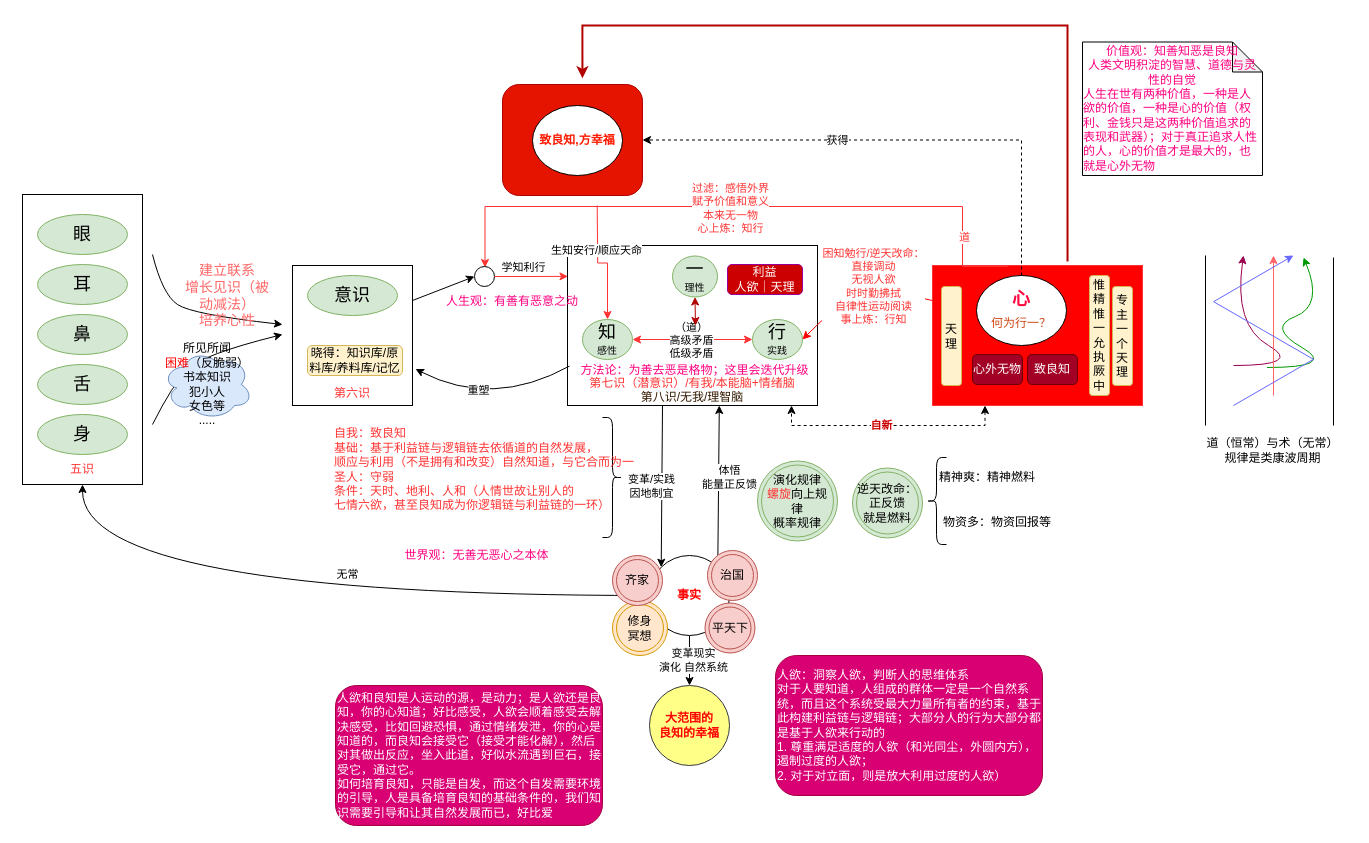
kason-huang/DrawIO keeps this draw.io diagram as page "存天理灭人欲" (3 of 3) of xinxue.drawio. Above is the earlier version. Source tidied: cells renumbered, new cells numbered last; positions are measured from the earlier drawing's top-left corner, leaving out a move shared by most shapes. Both pictures are drawn from the tidied source at 100%, with x=0, y=0 at pixel (17, 25).
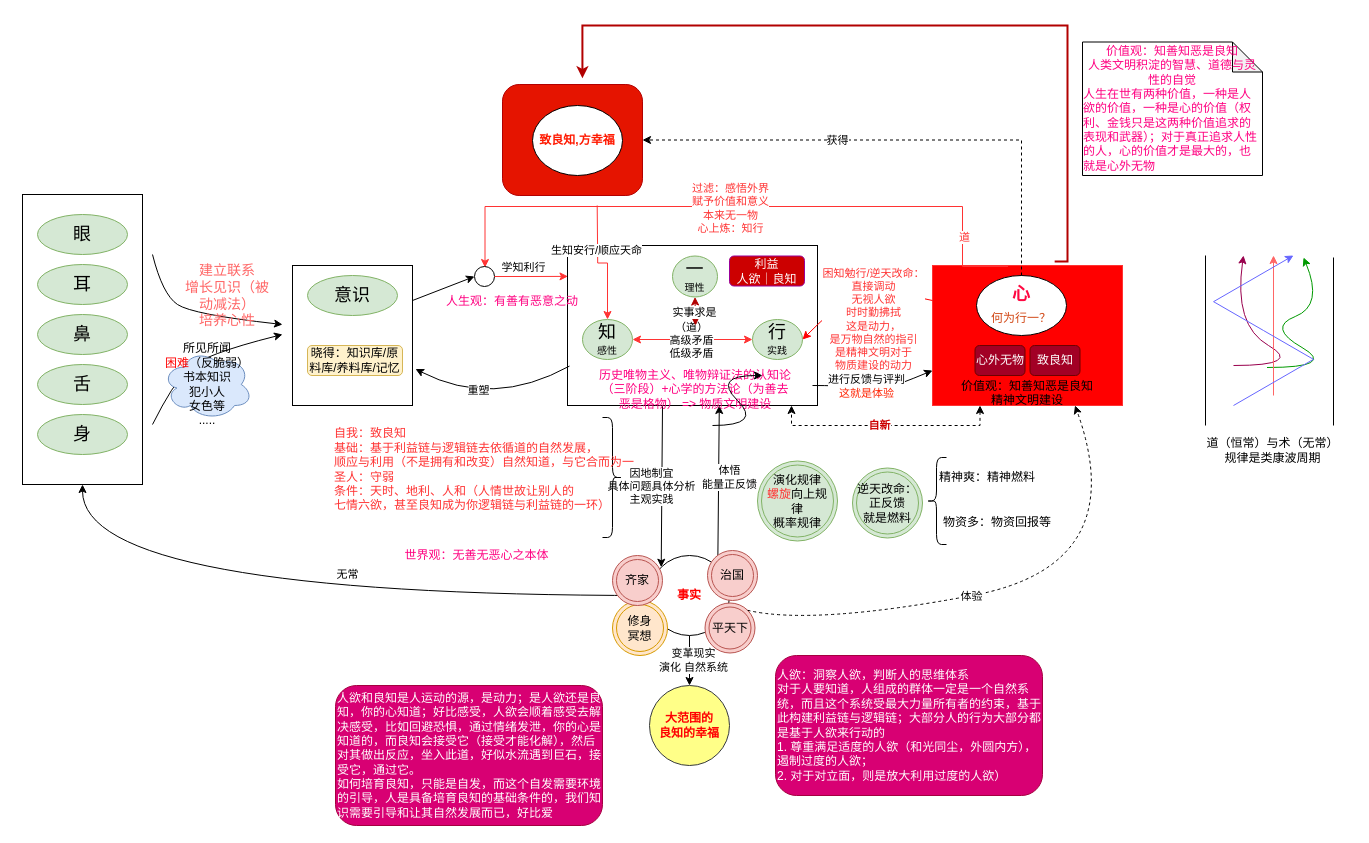
After the change.

Unchanged cells that the change refers to:
```xml
<mxCell id="13" style="rounded=0;jettySize=auto;html=1;entryX=0;entryY=0;entryDx=0;entryDy=0;" parent="1" edge="1" target="41">
  <mxGeometry relative="1" as="geometry">
    <mxPoint x="645" y="380" as="sourcePoint" />
  </mxGeometry>
</mxCell>
<mxCell id="31" style="curved=1;endArrow=classic;html=1;rounded=0;entryX=1;entryY=0.5;entryDx=0;entryDy=0;exitX=0;exitY=0.25;exitDx=0;exitDy=0;fillColor=#d80073;strokeColor=#FF0000;" parent="1" edge="1" source="25" target="21">
  <mxGeometry relative="1" as="geometry">
    <Array as="points">
      <mxPoint x="865" y="264" />
      <mxPoint x="835" y="264" />
    </Array>
  </mxGeometry>
</mxCell>
<mxCell id="49" value="平天下" style="ellipse;shape=doubleEllipse;whiteSpace=wrap;html=1;fillColor=#f8cecc;strokeColor=#b85450;" parent="1" vertex="1">
  <mxGeometry x="687.5" y="577.5" width="50" height="50" as="geometry" />
</mxCell>
<mxCell id="85" style="endArrow=classic;html=1;rounded=0;entryX=0.5;entryY=1;entryDx=0;entryDy=0;startArrow=classic;startFill=1;fillColor=#e51400;strokeColor=#B20000;" parent="1" edge="1" target="84">
  <mxGeometry relative="1" as="geometry">
    <mxPoint x="678" y="300" as="sourcePoint" />
  </mxGeometry>
</mxCell>
```

Change to the diagram source:
```diff
@@
-    <mxCell id="2" value="&lt;font color=&quot;#ff3333&quot;&gt;&lt;br&gt;&lt;br&gt;&lt;br&gt;&lt;br&gt;&lt;br&gt;&lt;br&gt;&lt;br&gt;&lt;br&gt;&lt;br&gt;&lt;br&gt;&lt;br&gt;&lt;br&gt;&lt;br&gt;&lt;br&gt;&lt;br&gt;&lt;br&gt;&lt;br&gt;&lt;br&gt;五识&lt;/font&gt;" style="rounded=0;whiteSpace=wrap;html=1;" parent="1" vertex="1">
+    <mxCell id="2" style="rounded=0;whiteSpace=wrap;html=1;" parent="1" vertex="1">
       <mxGeometry x="5" y="169" width="120" height="290" as="geometry" />
     </mxCell>
@@
-    <mxCell id="9" value="&lt;br&gt;&lt;br&gt;&lt;br&gt;&lt;br&gt;&lt;br&gt;&lt;br&gt;&lt;br&gt;&lt;br&gt;&lt;font color=&quot;#ff3333&quot;&gt;第六识&lt;/font&gt;" style="rounded=0;whiteSpace=wrap;html=1;" parent="1" vertex="1">
+    <mxCell id="9" style="rounded=0;whiteSpace=wrap;html=1;" parent="1" vertex="1">
       <mxGeometry x="275" y="240" width="120" height="140" as="geometry" />
     </mxCell>
@@
-    <mxCell id="14" value="变革/实践&lt;br&gt;因地制宜" style="edgeLabel;html=1;align=center;verticalAlign=middle;" parent="13" vertex="1">
+    <mxCell id="14" value="因地制宜&lt;div&gt;具体问题具体分析&lt;div&gt;主观实践&lt;br&gt;&lt;/div&gt;&lt;/div&gt;" style="edgeLabel;html=1;align=center;verticalAlign=middle;" parent="13" vertex="1">
       <mxGeometry x="0.35" relative="1" as="geometry">
         <mxPoint x="-11" y="-28" as="offset" />
       </mxGeometry>
     </mxCell>
-    <mxCell id="15" value="&lt;br&gt;&lt;br&gt;&lt;br&gt;&lt;br&gt;&lt;br&gt;&lt;br&gt;&lt;br&gt;&lt;br&gt;&lt;br&gt;&lt;font color=&quot;#ff3333&quot;&gt;第七识（潜意识）/有我/本能脑+情绪脑&lt;/font&gt;&lt;div&gt;&lt;span style=&quot;color: rgb(51, 26, 0);&quot;&gt;第八识/无我/理智脑&lt;/span&gt;&lt;font color=&quot;#ff3333&quot;&gt;&lt;/font&gt;&lt;/div&gt;" style="rounded=0;whiteSpace=wrap;html=1;" parent="1" vertex="1">
+    <mxCell id="15" style="rounded=0;whiteSpace=wrap;html=1;" parent="1" vertex="1">
       <mxGeometry x="550" y="220" width="250" height="160" as="geometry" />
     </mxCell>
@@
-    <mxCell id="25" style="rounded=0;whiteSpace=wrap;html=1;strokeColor=#FF3333;fillColor=#FF0000;" parent="1" vertex="1">
-      <mxGeometry x="915" y="240" width="210" height="140" as="geometry" />
+    <mxCell id="25" value="&lt;div&gt;&lt;br&gt;&lt;/div&gt;&lt;div&gt;&lt;br&gt;&lt;/div&gt;&lt;div&gt;&lt;br&gt;&lt;/div&gt;&lt;div&gt;&lt;br&gt;&lt;/div&gt;&lt;div&gt;&lt;br&gt;&lt;/div&gt;&lt;div&gt;&lt;br&gt;&lt;/div&gt;&lt;div&gt;&lt;br&gt;&lt;/div&gt;&lt;div&gt;&lt;br&gt;&lt;/div&gt;&lt;div&gt;价值观：知善知恶是良知&lt;br style=&quot;color: rgb(255, 0, 128);&quot;&gt;&lt;/div&gt;&lt;div&gt;精神文明建设&lt;/div&gt;" style="rounded=0;whiteSpace=wrap;html=1;strokeColor=#FF3333;fillColor=#FF0000;" parent="1" vertex="1">
+      <mxGeometry x="915" y="240" width="190" height="140" as="geometry" />
     </mxCell>
@@
     <mxCell id="30" value="&lt;font color=&quot;#ff0841&quot; style=&quot;font-size: 18px;&quot;&gt;&lt;b&gt;心&lt;/b&gt;&lt;/font&gt;&lt;div&gt;&lt;span style=&quot;color: rgb(209, 71, 21); text-align: left;&quot;&gt;何为行一？&lt;/span&gt;&lt;font color=&quot;#ff0841&quot; style=&quot;font-size: 18px;&quot;&gt;&lt;b&gt;&lt;/b&gt;&lt;/font&gt;&lt;/div&gt;" style="ellipse;whiteSpace=wrap;html=1;" parent="1" vertex="1">
-      <mxGeometry x="959" y="250" width="90" height="70" as="geometry" />
+      <mxGeometry x="959" y="250" width="90" height="60" as="geometry" />
     </mxCell>
@@
-    <mxCell id="32" value="&lt;font color=&quot;#ff3333&quot;&gt;困知勉行/逆天改命：&lt;br&gt;直接调动&lt;br&gt;无视人欲&lt;br&gt;时时勤拂拭&lt;br&gt;自律性运动阅读&lt;br&gt;事上炼：行知&lt;br&gt;&lt;/font&gt;" style="edgeLabel;html=1;align=center;verticalAlign=middle;" parent="31" vertex="1">
+    <mxCell id="32" value="&lt;font color=&quot;#ff3333&quot;&gt;困知勉行/逆天改命：&lt;br&gt;直接调动&lt;br&gt;无视人欲&lt;br&gt;时时勤拂拭&lt;br&gt;这是动力，&lt;/font&gt;&lt;div&gt;&lt;font color=&quot;#ff3333&quot;&gt;是万物自然的指引&lt;br&gt;&lt;/font&gt;&lt;div&gt;&lt;font color=&quot;#ff3333&quot;&gt;是精神文明对于&lt;/font&gt;&lt;/div&gt;&lt;div&gt;&lt;font color=&quot;#ff3333&quot;&gt;物质建设的动力&lt;/font&gt;&lt;/div&gt;&lt;/div&gt;" style="edgeLabel;html=1;align=center;verticalAlign=middle;" parent="31" vertex="1">
       <mxGeometry x="0.07" y="3" relative="1" as="geometry">
-        <mxPoint x="18" y="-5" as="offset" />
+        <mxPoint x="18" y="28" as="offset" />
       </mxGeometry>
     </mxCell>
     <mxCell id="33" value="心外无物" style="rounded=1;whiteSpace=wrap;html=1;fillColor=#a20025;strokeColor=#6F0000;fontColor=#ffffff;" parent="1" vertex="1">
-      <mxGeometry x="955" y="329" width="50" height="30" as="geometry" />
+      <mxGeometry x="957.5" y="320" width="50" height="30" as="geometry" />
     </mxCell>
     <mxCell id="34" value="致良知" style="rounded=1;whiteSpace=wrap;html=1;fillColor=#a20025;strokeColor=#6F0000;fontColor=#ffffff;" parent="1" vertex="1">
-      <mxGeometry x="1010" y="329" width="50" height="30" as="geometry" />
+      <mxGeometry x="1012.5" y="320" width="50" height="30" as="geometry" />
     </mxCell>
@@
-    <mxCell id="47" value="专主一个天理" style="rounded=1;whiteSpace=wrap;html=1;fillColor=#fff2cc;strokeColor=#d6b656;" parent="1" vertex="1">
-      <mxGeometry x="1095" y="261" width="20" height="99" as="geometry" />
-    </mxCell>
@@
-    <mxCell id="55" value="方法论：为善去恶是格物；这里会迭代升级" style="text;html=1;align=center;verticalAlign=middle;whiteSpace=wrap;rounded=0;fontColor=#FF0080;" parent="1" vertex="1">
-      <mxGeometry x="550" y="330" width="255" height="30" as="geometry" />
-    </mxCell>
@@
-    <mxCell id="59" value="天理" style="rounded=1;whiteSpace=wrap;html=1;fillColor=#fff2cc;strokeColor=#d6b656;" parent="1" vertex="1">
-      <mxGeometry x="924" y="261" width="20" height="99" as="geometry" />
-    </mxCell>
@@
-    <mxCell id="67" value="惟&lt;br&gt;精&lt;br&gt;惟&lt;br&gt;一&lt;br&gt;允&lt;br&gt;执&lt;br&gt;厥&lt;br&gt;中" style="rounded=1;whiteSpace=wrap;html=1;fillColor=#fff2cc;strokeColor=#d6b656;" parent="1" vertex="1">
-      <mxGeometry x="1072" y="250" width="20" height="120" as="geometry" />
-    </mxCell>
@@
-    <mxCell id="80" value="&lt;font color=&quot;#ffffff&quot;&gt;利益&lt;/font&gt;&lt;div&gt;&lt;font color=&quot;#ffffff&quot;&gt;人欲｜天理&lt;/font&gt;&lt;/div&gt;" style="rounded=1;whiteSpace=wrap;html=1;fillColor=#CC0000;strokeColor=#990099;" parent="1" vertex="1">
-      <mxGeometry x="710" y="239" width="75" height="30" as="geometry" />
+    <mxCell id="80" value="&lt;font color=&quot;#ffffff&quot;&gt;利益&lt;/font&gt;&lt;div&gt;&lt;font color=&quot;#ffffff&quot;&gt;人欲｜良知&lt;/font&gt;&lt;/div&gt;" style="rounded=1;whiteSpace=wrap;html=1;fillColor=#CC0000;strokeColor=#990099;" parent="1" vertex="1">
+      <mxGeometry x="712" y="230.5" width="75" height="30" as="geometry" />
     </mxCell>
@@
+    <mxCell id="86" value="实事求是" style="edgeLabel;html=1;align=center;verticalAlign=middle;" parent="85" vertex="1">
+      <mxGeometry x="-0.02" y="1" relative="1" as="geometry" />
+    </mxCell>
+    <mxCell id="87" value="历史唯物主义、唯物辩证法的认知论（三阶段）+心学的方法论（为善去恶是格物） =&amp;gt;&amp;nbsp;&lt;span style=&quot;background-color: initial;&quot;&gt;物质文明建设&lt;/span&gt;" style="text;html=1;align=center;verticalAlign=middle;whiteSpace=wrap;rounded=0;fontColor=#FF0080;" parent="1" vertex="1">
+      <mxGeometry x="577.5" y="349" width="200" height="30" as="geometry" />
+    </mxCell>
+    <mxCell id="88" style="curved=1;endArrow=classic;html=1;rounded=0;entryX=0;entryY=0.75;entryDx=0;entryDy=0;" parent="1" edge="1" target="25">
+      <mxGeometry relative="1" as="geometry">
+        <mxPoint x="795" y="360" as="sourcePoint" />
+        <Array as="points">
+          <mxPoint x="845" y="360" />
+          <mxPoint x="855" y="370" />
+        </Array>
+      </mxGeometry>
+    </mxCell>
+    <mxCell id="89" value="进行反馈与评判&lt;div&gt;&lt;font color=&quot;#ff2403&quot;&gt;这就是体验&lt;/font&gt;&lt;/div&gt;" style="edgeLabel;html=1;align=center;verticalAlign=middle;" parent="88" vertex="1">
+      <mxGeometry x="-0.2" y="1" relative="1" as="geometry">
+        <mxPoint x="1" as="offset" />
+      </mxGeometry>
+    </mxCell>
+    <mxCell id="90" style="curved=1;endArrow=classic;html=1;rounded=0;" parent="1" edge="1">
+      <mxGeometry relative="1" as="geometry">
+        <mxPoint x="695" y="400" as="sourcePoint" />
+        <mxPoint x="745" y="350" as="targetPoint" />
+        <Array as="points">
+          <mxPoint x="745" y="400" />
+          <mxPoint x="695" y="350" />
+        </Array>
+      </mxGeometry>
+    </mxCell>
+    <mxCell id="91" style="curved=1;endArrow=classic;html=1;rounded=0;entryX=0.75;entryY=1;entryDx=0;entryDy=0;exitX=1;exitY=0;exitDx=0;exitDy=0;dashed=1;" parent="1" edge="1" source="49" target="25">
+      <mxGeometry relative="1" as="geometry">
+        <Array as="points">
+          <mxPoint x="795" y="600" />
+          <mxPoint x="1115" y="540" />
+        </Array>
+      </mxGeometry>
+    </mxCell>
+    <mxCell id="92" value="体验" style="edgeLabel;html=1;align=center;verticalAlign=middle;" parent="91" vertex="1">
+      <mxGeometry x="-0.19" relative="1" as="geometry" />
+    </mxCell>
```
